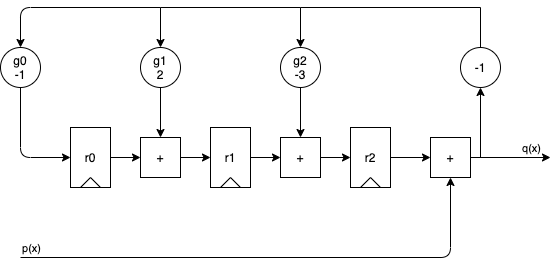
The draw.io diagram assets/reed_solomon/reed_solomon-divider_diagram.png in tomverbeure/tomverbeure.github.io, before a commit. Source tidied: cells renumbered, new cells last; positions are measured from the earlier drawing's top-left corner, leaving out a move shared by most shapes.
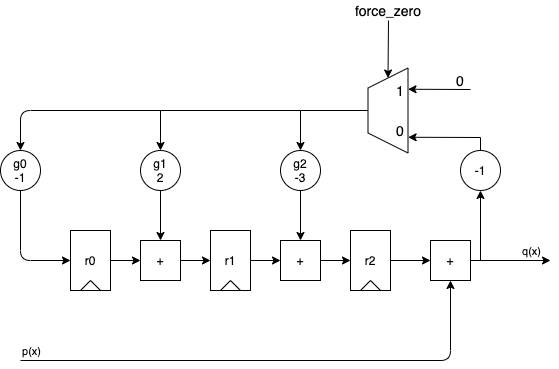
Later version of the same file.

Change to the diagram source:
```diff
@@ -80,14 +80,6 @@
     <mxCell id="20" style="endArrow=classic;html=1;entryX=0;entryY=0.5;entryDx=0;entryDy=0;exitX=1;exitY=0.5;exitDx=0;exitDy=0;" parent="1" edge="1" source="18" target="7">
       <mxGeometry relative="1" as="geometry" />
     </mxCell>
-    <mxCell id="21" style="endArrow=classic;html=1;entryX=0.5;entryY=0;entryDx=0;entryDy=0;rounded=0;exitX=0.5;exitY=0;exitDx=0;exitDy=0;" parent="1" edge="1" source="35" target="11">
-      <mxGeometry relative="1" as="geometry">
-        <Array as="points">
-          <mxPoint x="480" />
-          <mxPoint x="300" />
-        </Array>
-      </mxGeometry>
-    </mxCell>
     <mxCell id="22" style="group;" parent="1" vertex="1">
       <mxGeometry x="70" y="120" width="40" height="60" as="geometry" />
     </mxCell>
@@ -158,5 +150,46 @@
         <mxPoint x="480" y="80" as="targetPoint" />
       </mxGeometry>
     </mxCell>
+    <mxCell id="37" style="shape=trapezoid;perimeter=trapezoidPerimeter;whiteSpace=wrap;html=1;fixedSize=1;fillColor=none;fontSize=20;fontColor=#0000CC;rotation=-90;" parent="1" vertex="1">
+      <mxGeometry x="345" y="-20" width="85" height="40" as="geometry" />
+    </mxCell>
+    <mxCell id="38" style="endArrow=classic;html=1;fontSize=20;fontColor=#0000CC;entryX=0.5;entryY=0;entryDx=0;entryDy=0;exitX=0.5;exitY=0;exitDx=0;exitDy=0;rounded=0;" parent="1" edge="1" source="37">
+      <mxGeometry relative="1" as="geometry">
+        <mxPoint x="300" y="40" as="targetPoint" />
+        <Array as="points">
+          <mxPoint x="300" />
+        </Array>
+      </mxGeometry>
+    </mxCell>
+    <mxCell id="39" style="endArrow=classic;html=1;fontSize=20;fontColor=#0000CC;entryX=0.185;entryY=1.003;entryDx=0;entryDy=0;entryPerimeter=0;exitX=0.5;exitY=0;exitDx=0;exitDy=0;rounded=0;" parent="1" edge="1" target="37">
+      <mxGeometry relative="1" as="geometry">
+        <mxPoint x="480" y="40" as="sourcePoint" />
+        <Array as="points">
+          <mxPoint x="480" y="27" />
+        </Array>
+      </mxGeometry>
+    </mxCell>
+    <mxCell id="40" style="endArrow=classic;html=1;fontSize=20;fontColor=#0000CC;entryX=0.75;entryY=1;entryDx=0;entryDy=0;" parent="1" edge="1" target="37">
+      <mxGeometry relative="1" as="geometry">
+        <mxPoint x="470" y="-21" as="sourcePoint" />
+      </mxGeometry>
+    </mxCell>
+    <mxCell id="41" style="endArrow=classic;html=1;fontSize=20;fontColor=#000000;entryX=1;entryY=0.5;entryDx=0;entryDy=0;" parent="1" edge="1" target="37">
+      <mxGeometry relative="1" as="geometry">
+        <mxPoint x="388" y="-90" as="sourcePoint" />
+      </mxGeometry>
+    </mxCell>
+    <mxCell id="42" value="0" style="text;html=1;strokeColor=none;fillColor=none;align=center;verticalAlign=middle;whiteSpace=wrap;rounded=0;fontSize=14;fontColor=#000000;" parent="1" vertex="1">
+      <mxGeometry x="440" y="-40" width="40" height="20" as="geometry" />
+    </mxCell>
+    <mxCell id="43" value="force_zero" style="text;html=1;strokeColor=none;fillColor=none;align=center;verticalAlign=middle;whiteSpace=wrap;rounded=0;fontSize=14;fontColor=#000000;" parent="1" vertex="1">
+      <mxGeometry x="367.5" y="-110" width="40" height="20" as="geometry" />
+    </mxCell>
+    <mxCell id="44" value="1" style="text;html=1;strokeColor=none;fillColor=none;align=center;verticalAlign=middle;whiteSpace=wrap;rounded=0;fontSize=14;fontColor=#000000;" parent="1" vertex="1">
+      <mxGeometry x="380" y="-30" width="40" height="20" as="geometry" />
+    </mxCell>
+    <mxCell id="45" value="0" style="text;html=1;strokeColor=none;fillColor=none;align=center;verticalAlign=middle;whiteSpace=wrap;rounded=0;fontSize=14;fontColor=#000000;" parent="1" vertex="1">
+      <mxGeometry x="380" y="10" width="40" height="20" as="geometry" />
+    </mxCell>
   </root>
 </mxGraphModel>
```
